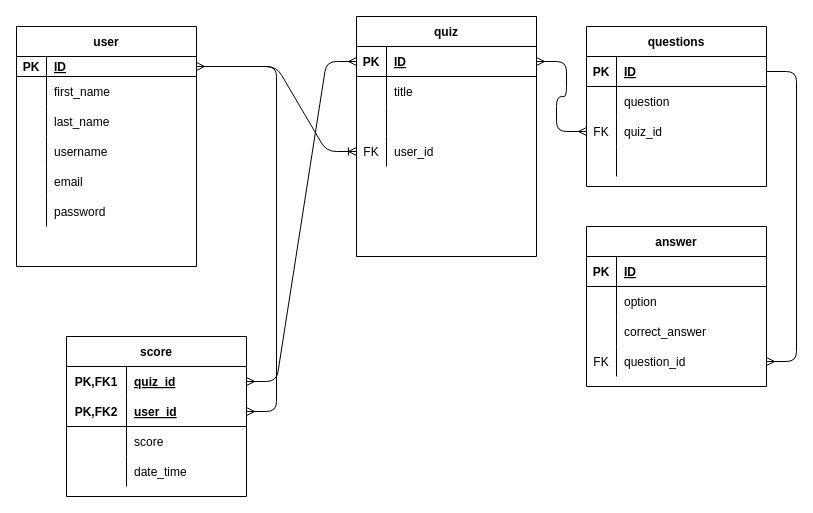
Above: page "DB structure" (5 of 5) of User Flow.drawio in Etipriya/tri-via-hub (draw.io), before the change. Source tidied: cells renumbered, new cells numbered last; positions are measured from the earlier drawing's top-left corner, leaving out a move shared by most shapes. Both pictures are drawn from the tidied source at 100%, with x=0, y=0 at pixel (16, 16).
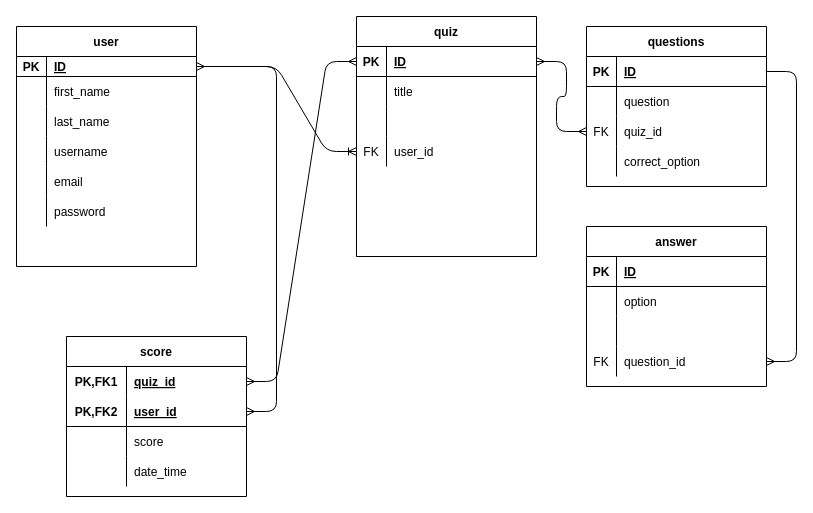
After the change.

The change refers to these unchanged cells:
```xml
<mxCell id="44" style="shape=partialRectangle;fillColor=none;top=0;left=0;bottom=0;right=0;" parent="34" vertex="1">
  <mxGeometry y="120" width="180" height="30" as="geometry" />
</mxCell>
<mxCell id="54" style="shape=partialRectangle;fillColor=none;top=0;left=0;bottom=0;right=0;" parent="47" vertex="1">
  <mxGeometry y="90" width="180" height="30" as="geometry" />
</mxCell>
```

Diff of the diagram source:
```diff
@@
-    <mxCell id="46" style="shape=partialRectangle;fillColor=none;top=0;left=0;bottom=0;right=0;align=left;spacingLeft=6;overflow=hidden;" parent="44" vertex="1">
+    <mxCell id="46" value="correct_option" style="shape=partialRectangle;fillColor=none;top=0;left=0;bottom=0;right=0;align=left;spacingLeft=6;overflow=hidden;" parent="44" vertex="1">
       <mxGeometry x="30" width="150" height="30" as="geometry" />
     </mxCell>
@@
-    <mxCell id="56" value="correct_answer " style="shape=partialRectangle;fillColor=none;top=0;left=0;bottom=0;right=0;align=left;spacingLeft=6;overflow=hidden;" parent="54" vertex="1">
+    <mxCell id="56" style="shape=partialRectangle;fillColor=none;top=0;left=0;bottom=0;right=0;align=left;spacingLeft=6;overflow=hidden;" parent="54" vertex="1">
       <mxGeometry x="30" width="150" height="30" as="geometry" />
     </mxCell>
```
